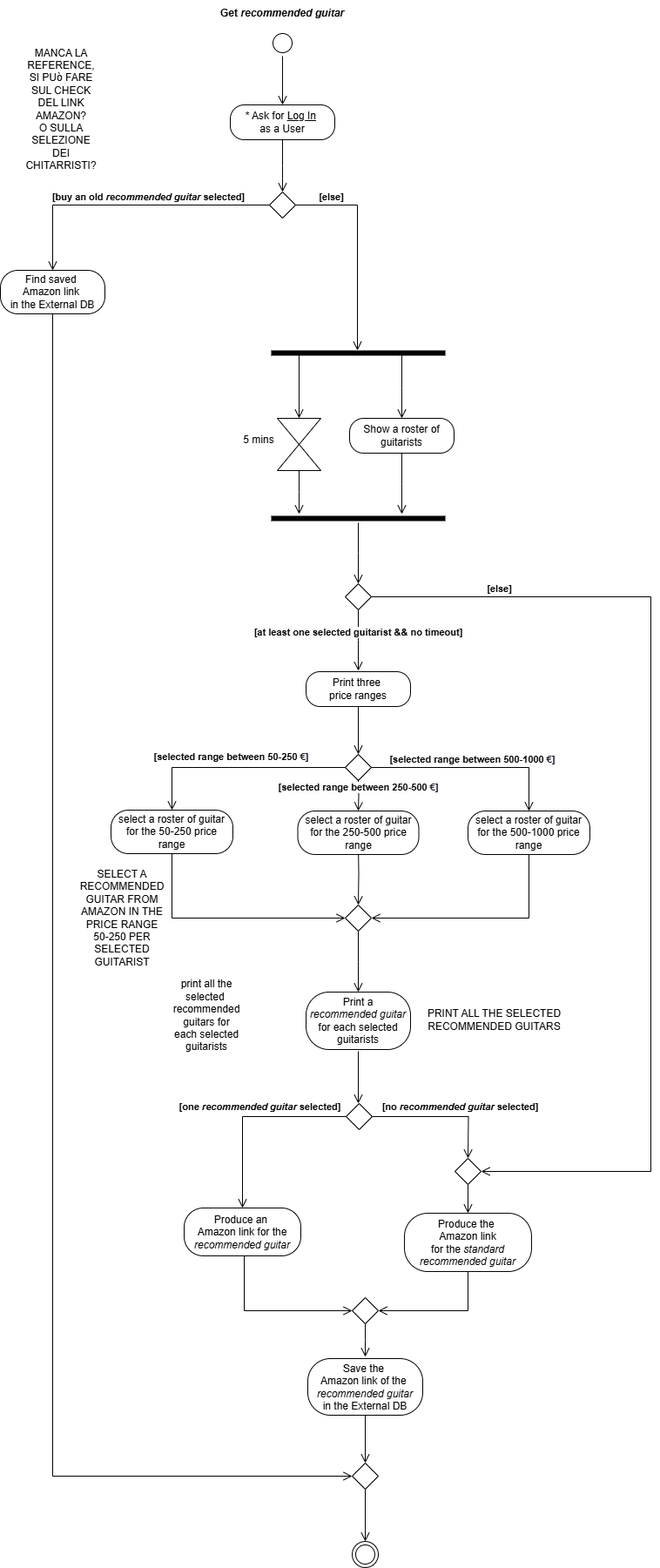
TizianoLilli/ISPW-Project keeps this draw.io diagram as ActivityDiagramM.drawio.png. Above is the earlier version. Source tidied: cells renumbered, new cells last; positions are measured from the earlier drawing's top-left corner, leaving out a move shared by most shapes.
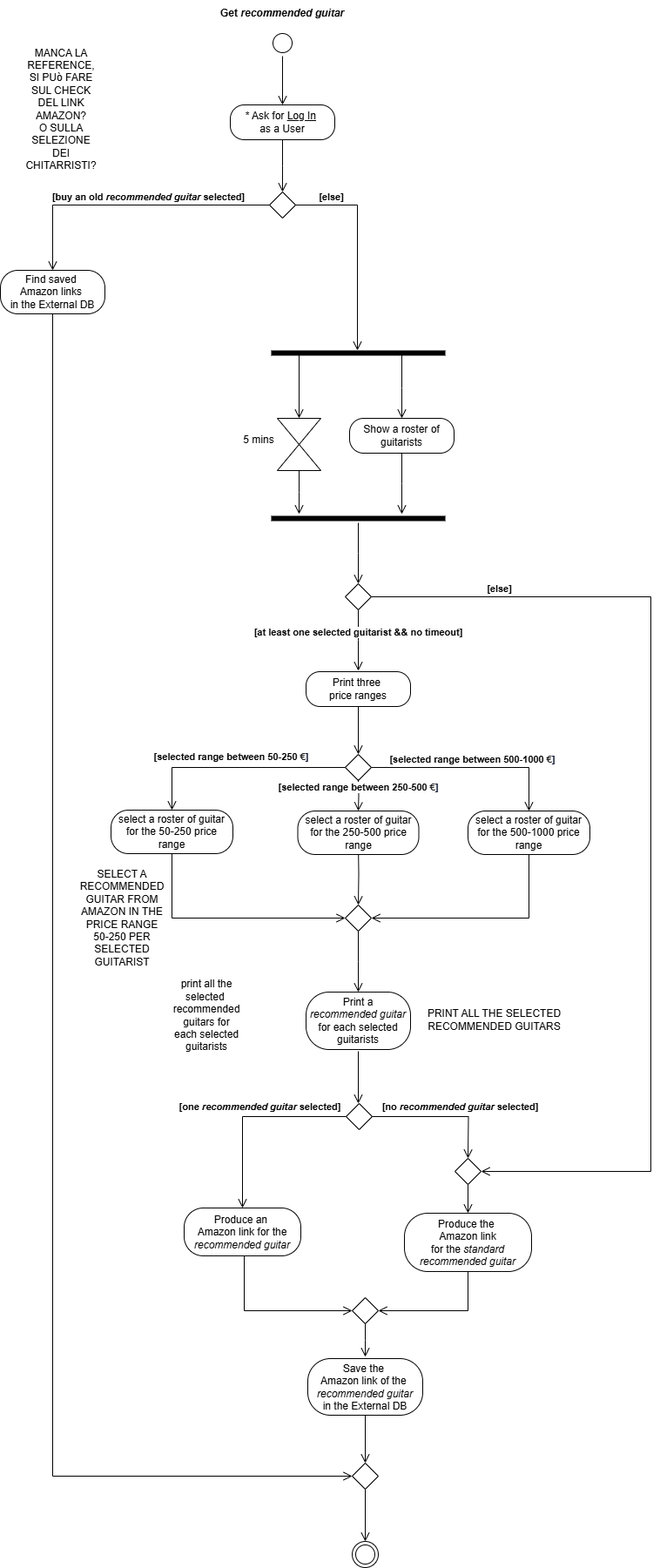
The same file after the commit.

Diff of the diagram source:
```diff
@@ -207,7 +207,7 @@
         <mxPoint x="411" y="670" as="targetPoint" />
       </mxGeometry>
     </mxCell>
-    <mxCell id="53" value="Find saved&amp;nbsp;&lt;div&gt;Amazon link&amp;nbsp;&lt;/div&gt;&lt;div&gt;in the External DB&lt;/div&gt;" style="rounded=1;whiteSpace=wrap;html=1;arcSize=40;labelBackgroundColor=none;" parent="1" vertex="1">
+    <mxCell id="53" value="Find saved&amp;nbsp;&lt;div&gt;Amazon links&amp;nbsp;&lt;/div&gt;&lt;div&gt;in the External DB&lt;/div&gt;" style="rounded=1;whiteSpace=wrap;html=1;arcSize=40;labelBackgroundColor=none;" parent="1" vertex="1">
       <mxGeometry y="310" width="120" height="50" as="geometry" />
     </mxCell>
     <mxCell id="54" style="edgeStyle=orthogonalEdgeStyle;html=1;verticalAlign=bottom;endArrow=open;endSize=8;rounded=0;labelBackgroundColor=none;fontColor=default;entryX=0;entryY=0.5;entryDx=0;entryDy=0;" parent="1" edge="1" source="53" target="59">
```
